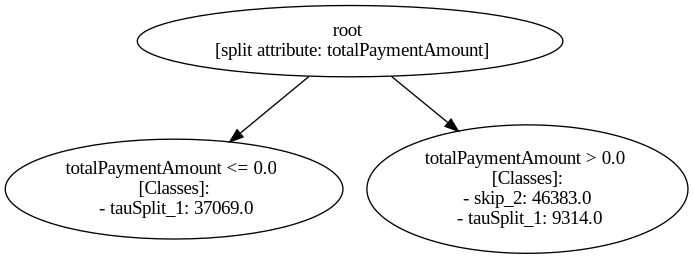
This is figures/Road_Traffic_Fine_Management_Process-p_2-2.gv.png from piepor/multiple-paths-decision-mining, a Graphviz export, as it was before one commit. Its source is kept beside it as figures/Road_Traffic_Fine_Management_Process-p_2-2.gv. The source it was exported from:
```dot
digraph "Road_Traffic_Fine_Management_Process-p_2-2" {
	"63a26c06-3567-40e4-9a8a-2f36fab8296a" [label="root
 [split attribute: totalPaymentAmount]"]
	"95e202c0-baea-4f58-b6d8-9b100d9512e9" [label="totalPaymentAmount <= 0.0
 [Classes]:
 - tauSplit_1: 37069.0"]
	"63a26c06-3567-40e4-9a8a-2f36fab8296a" -> "95e202c0-baea-4f58-b6d8-9b100d9512e9"
	"072ff7bd-66bb-42f0-89ae-a73c6ff2bcae" [label="totalPaymentAmount > 0.0
 [Classes]:
 - skip_2: 46383.0
 - tauSplit_1: 9314.0"]
	"63a26c06-3567-40e4-9a8a-2f36fab8296a" -> "072ff7bd-66bb-42f0-89ae-a73c6ff2bcae"
}
```
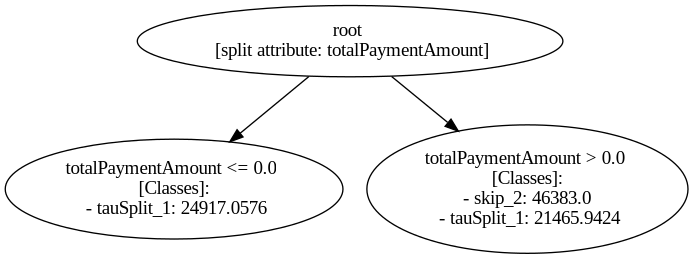
The same diagram one commit later.

Diff of the diagram source:
```diff
@@ -1,13 +1,13 @@
 digraph "Road_Traffic_Fine_Management_Process-p_2-2" {
-	"63a26c06-3567-40e4-9a8a-2f36fab8296a" [label="root
+	"9d4b44d2-9b1b-4b43-afd3-2980e705c6c4" [label="root
  [split attribute: totalPaymentAmount]"]
-	"95e202c0-baea-4f58-b6d8-9b100d9512e9" [label="totalPaymentAmount <= 0.0
+	"c251b4d5-4b32-43d5-bd10-f4b02bedb96f" [label="totalPaymentAmount <= 0.0
  [Classes]:
- - tauSplit_1: 37069.0"]
-	"63a26c06-3567-40e4-9a8a-2f36fab8296a" -> "95e202c0-baea-4f58-b6d8-9b100d9512e9"
-	"072ff7bd-66bb-42f0-89ae-a73c6ff2bcae" [label="totalPaymentAmount > 0.0
+ - tauSplit_1: 24917.0576"]
+	"9d4b44d2-9b1b-4b43-afd3-2980e705c6c4" -> "c251b4d5-4b32-43d5-bd10-f4b02bedb96f"
+	"576349db-b379-4941-a173-33e671024bf2" [label="totalPaymentAmount > 0.0
  [Classes]:
  - skip_2: 46383.0
- - tauSplit_1: 9314.0"]
-	"63a26c06-3567-40e4-9a8a-2f36fab8296a" -> "072ff7bd-66bb-42f0-89ae-a73c6ff2bcae"
+ - tauSplit_1: 21465.9424"]
+	"9d4b44d2-9b1b-4b43-afd3-2980e705c6c4" -> "576349db-b379-4941-a173-33e671024bf2"
 }
```
